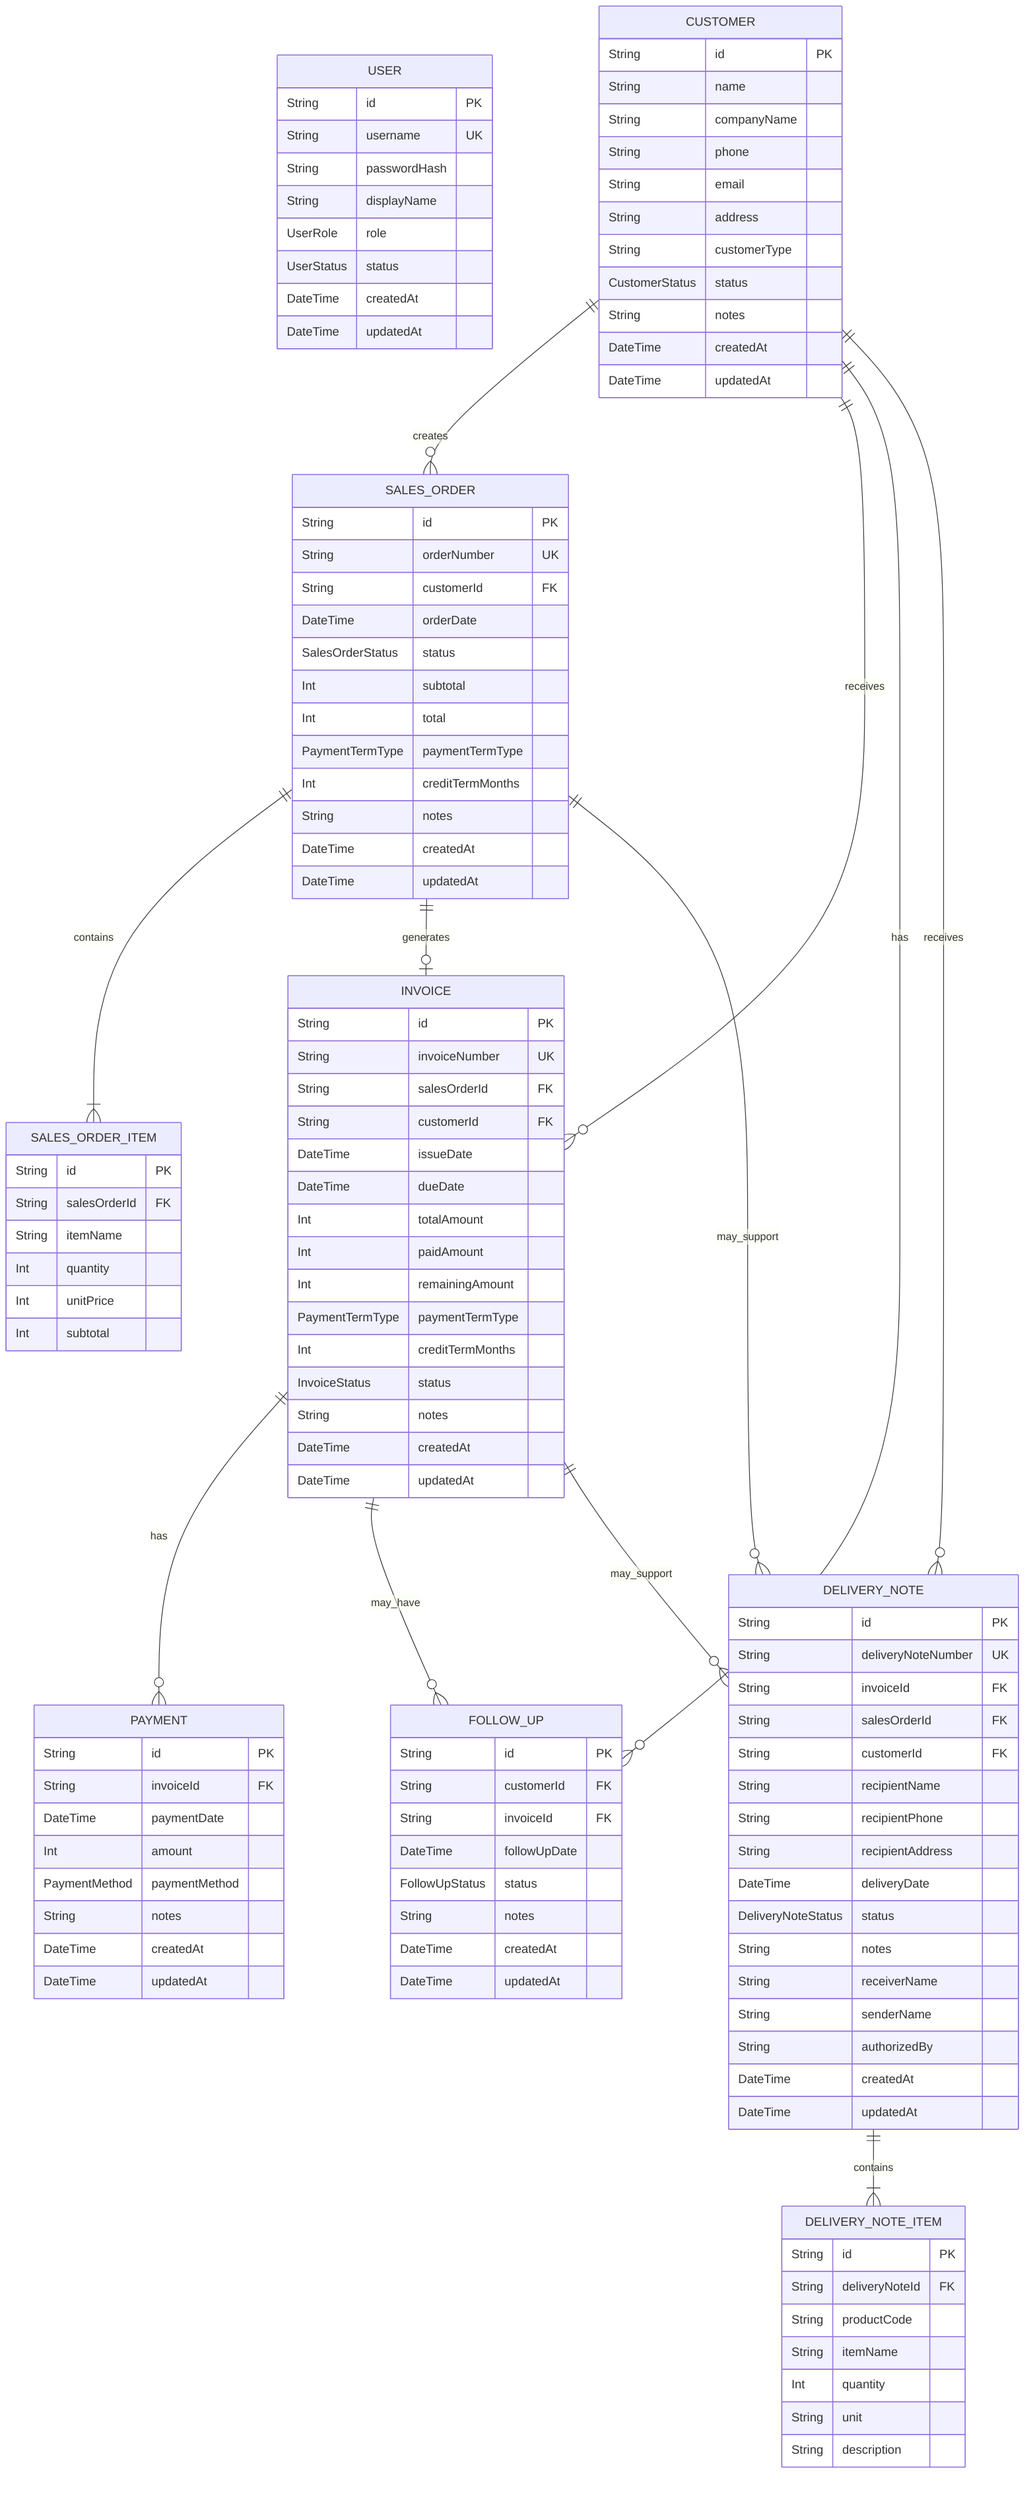
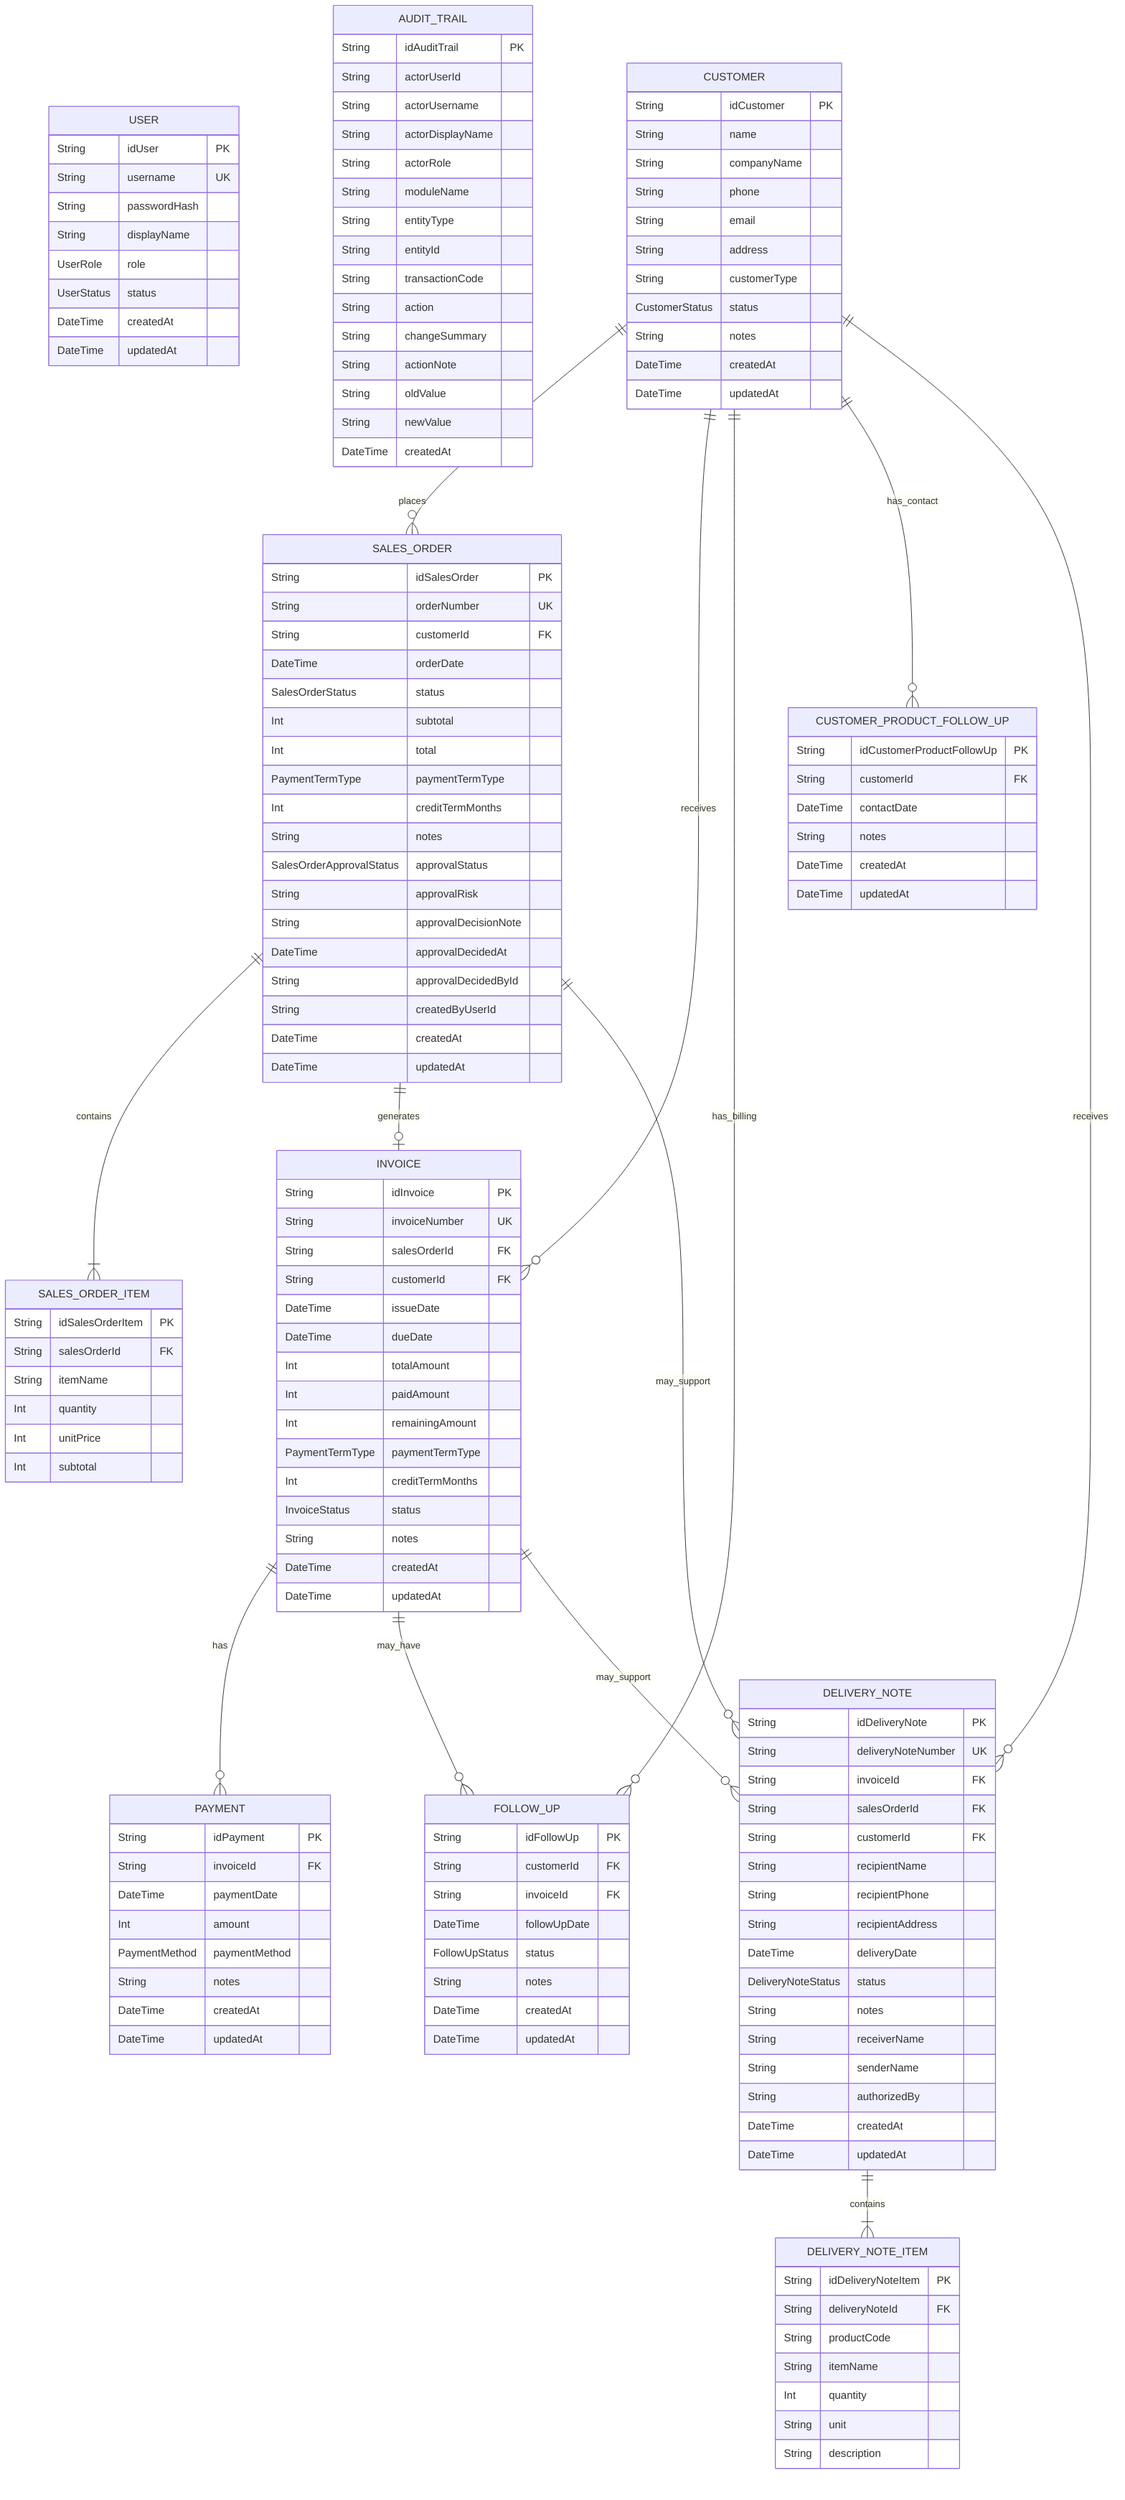
erDiagram
  USER {
-     String id PK
+     String idUser PK
    String username UK
    String passwordHash
    String displayName
    UserRole role
    UserStatus status
    DateTime createdAt
    DateTime updatedAt
  }

+   AUDIT_TRAIL {
+     String idAuditTrail PK
+     String actorUserId
+     String actorUsername
+     String actorDisplayName
+     String actorRole
+     String moduleName
+     String entityType
+     String entityId
+     String transactionCode
+     String action
+     String changeSummary
+     String actionNote
+     String oldValue
+     String newValue
+     DateTime createdAt
+   }
+ 
  CUSTOMER {
-     String id PK
+     String idCustomer PK
    String name
    String companyName
    String phone
    String email
    String address
    String customerType
    CustomerStatus status
    String notes
    DateTime createdAt
    DateTime updatedAt
  }

  SALES_ORDER {
-     String id PK
+     String idSalesOrder PK
    String orderNumber UK
    String customerId FK
    DateTime orderDate
    SalesOrderStatus status
    Int subtotal
    Int total
    PaymentTermType paymentTermType
    Int creditTermMonths
    String notes
+     SalesOrderApprovalStatus approvalStatus
+     String approvalRisk
+     String approvalDecisionNote
+     DateTime approvalDecidedAt
+     String approvalDecidedById
+     String createdByUserId
    DateTime createdAt
    DateTime updatedAt
  }

  SALES_ORDER_ITEM {
-     String id PK
+     String idSalesOrderItem PK
    String salesOrderId FK
    String itemName
    Int quantity
    Int unitPrice
    Int subtotal
  }

  INVOICE {
-     String id PK
+     String idInvoice PK
    String invoiceNumber UK
    String salesOrderId FK
    String customerId FK
    DateTime issueDate
    DateTime dueDate
    Int totalAmount
    Int paidAmount
    Int remainingAmount
    PaymentTermType paymentTermType
    Int creditTermMonths
    InvoiceStatus status
    String notes
    DateTime createdAt
    DateTime updatedAt
  }

  PAYMENT {
-     String id PK
+     String idPayment PK
    String invoiceId FK
    DateTime paymentDate
    Int amount
    PaymentMethod paymentMethod
    String notes
    DateTime createdAt
    DateTime updatedAt
  }

  FOLLOW_UP {
-     String id PK
+     String idFollowUp PK
    String customerId FK
    String invoiceId FK
    DateTime followUpDate
    FollowUpStatus status
    String notes
    DateTime createdAt
    DateTime updatedAt
  }

+   CUSTOMER_PRODUCT_FOLLOW_UP {
+     String idCustomerProductFollowUp PK
+     String customerId FK
+     DateTime contactDate
+     String notes
+     DateTime createdAt
+     DateTime updatedAt
+   }
+ 
  DELIVERY_NOTE {
-     String id PK
+     String idDeliveryNote PK
    String deliveryNoteNumber UK
    String invoiceId FK
    String salesOrderId FK
    String customerId FK
    String recipientName
    String recipientPhone
    String recipientAddress
    DateTime deliveryDate
    DeliveryNoteStatus status
    String notes
    String receiverName
    String senderName
    String authorizedBy
    DateTime createdAt
    DateTime updatedAt
  }

  DELIVERY_NOTE_ITEM {
-     String id PK
+     String idDeliveryNoteItem PK
    String deliveryNoteId FK
    String productCode
    String itemName
    Int quantity
    String unit
    String description
  }

-   CUSTOMER ||--o{ SALES_ORDER : creates
+   CUSTOMER ||--o{ SALES_ORDER : places
  SALES_ORDER ||--|{ SALES_ORDER_ITEM : contains
  SALES_ORDER ||--o| INVOICE : generates
  CUSTOMER ||--o{ INVOICE : receives
  INVOICE ||--o{ PAYMENT : has
-   CUSTOMER ||--o{ FOLLOW_UP : has
+   CUSTOMER ||--o{ FOLLOW_UP : has_billing
  INVOICE ||--o{ FOLLOW_UP : may_have
+   CUSTOMER ||--o{ CUSTOMER_PRODUCT_FOLLOW_UP : has_contact
  CUSTOMER ||--o{ DELIVERY_NOTE : receives
  SALES_ORDER ||--o{ DELIVERY_NOTE : may_support
  INVOICE ||--o{ DELIVERY_NOTE : may_support
  DELIVERY_NOTE ||--|{ DELIVERY_NOTE_ITEM : contains
